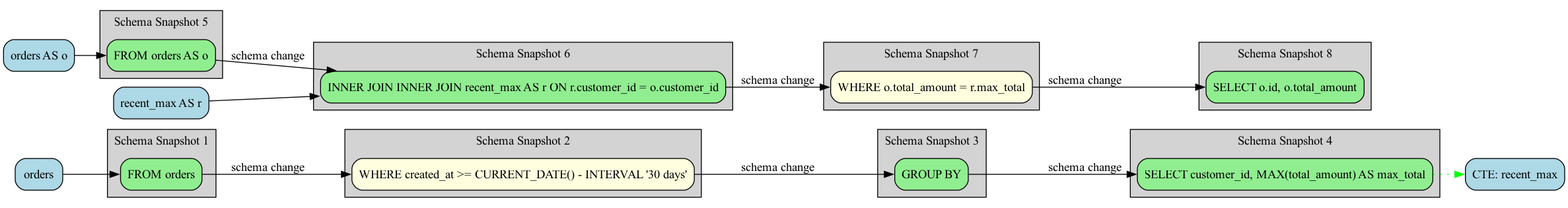
Earlier version of the Graphviz export examples/cte_with_join_schema.png (rot1024/sqloflow). Its source is kept beside it as examples/cte_with_join_schema.dot. The source it was exported from:
```dot
digraph sqloflow {
  rankdir=LR;
  node [shape=box, style=rounded];

  node_0 [label="orders", fillcolor=lightblue, style="filled,rounded"];
  node_5 [label="CTE: recent_max", fillcolor=lightblue, style="filled,rounded"];
  node_6 [label="orders AS o", fillcolor=lightblue, style="filled,rounded"];
  node_8 [label="recent_max AS r", fillcolor=lightblue, style="filled,rounded"];
  subgraph cluster_0 {
    label="Schema Snapshot 1";
    style=filled;
    fillcolor=lightgray;
    node_1 [label="FROM orders", fillcolor=lightgreen, style="filled,rounded"];
  }
  subgraph cluster_1 {
    label="Schema Snapshot 2";
    style=filled;
    fillcolor=lightgray;
    node_2 [label="WHERE created_at >= CURRENT_DATE() - INTERVAL '30 days'", fillcolor=lightyellow, style="filled,rounded"];
  }
  subgraph cluster_2 {
    label="Schema Snapshot 3";
    style=filled;
    fillcolor=lightgray;
    node_3 [label="GROUP BY", fillcolor=lightgreen, style="filled,rounded"];
  }
  subgraph cluster_3 {
    label="Schema Snapshot 4";
    style=filled;
    fillcolor=lightgray;
    node_4 [label="SELECT customer_id, MAX(total_amount) AS max_total", fillcolor=lightgreen, style="filled,rounded"];
  }
  subgraph cluster_4 {
    label="Schema Snapshot 5";
    style=filled;
    fillcolor=lightgray;
    node_7 [label="FROM orders AS o", fillcolor=lightgreen, style="filled,rounded"];
  }
  subgraph cluster_5 {
    label="Schema Snapshot 6";
    style=filled;
    fillcolor=lightgray;
    node_9 [label="INNER JOIN INNER JOIN recent_max AS r ON r.customer_id = o.customer_id", fillcolor=lightgreen, style="filled,rounded"];
  }
  subgraph cluster_6 {
    label="Schema Snapshot 7";
    style=filled;
    fillcolor=lightgray;
    node_10 [label="WHERE o.total_amount = r.max_total", fillcolor=lightyellow, style="filled,rounded"];
  }
  subgraph cluster_7 {
    label="Schema Snapshot 8";
    style=filled;
    fillcolor=lightgray;
    node_11 [label="SELECT o.id, o.total_amount", fillcolor=lightgreen, style="filled,rounded"];
  }

  node_0 -> node_1 [color=black];
  node_1 -> node_2 [color=black, label="schema change"];
  node_2 -> node_3 [color=black, label="schema change"];
  node_3 -> node_4 [color=black, label="schema change"];
  node_4 -> node_5 [color=green, style=dotted];
  node_6 -> node_7 [color=black];
  node_7 -> node_9 [color=black, label="schema change"];
  node_8 -> node_9 [color=black];
  node_9 -> node_10 [color=black, label="schema change"];
  node_10 -> node_11 [color=black, label="schema change"];
}
```
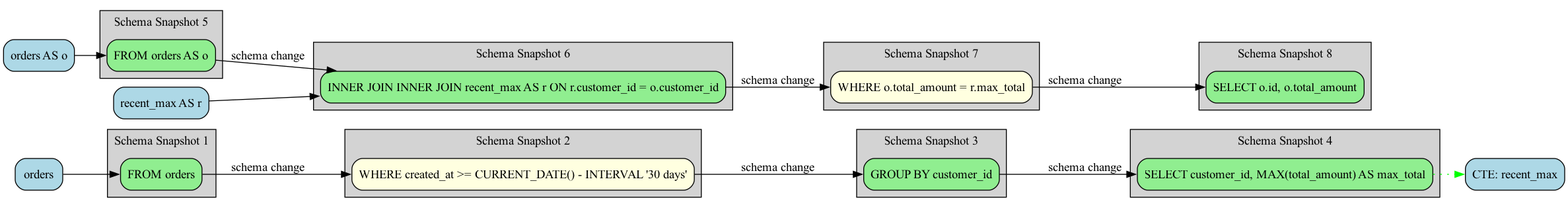
After the commit.

The edit, as a diff of the source:
```diff
@@ -22,7 +22,7 @@
     label="Schema Snapshot 3";
     style=filled;
     fillcolor=lightgray;
-    node_3 [label="GROUP BY", fillcolor=lightgreen, style="filled,rounded"];
+    node_3 [label="GROUP BY customer_id", fillcolor=lightgreen, style="filled,rounded"];
   }
   subgraph cluster_3 {
     label="Schema Snapshot 4";
```
